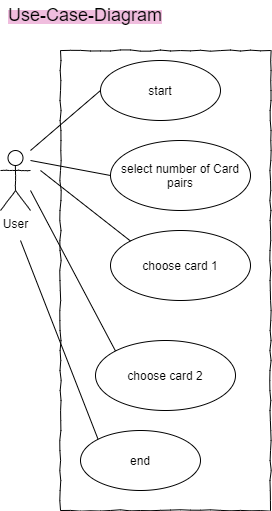
The draw.io diagram L002 Memory/konzept/use-case-diagram.png in JuliaKaeppeler/Eia2Julia, before a commit. Source tidied: cells renumbered, new cells last; positions are measured from the earlier drawing's top-left corner, leaving out a move shared by most shapes.
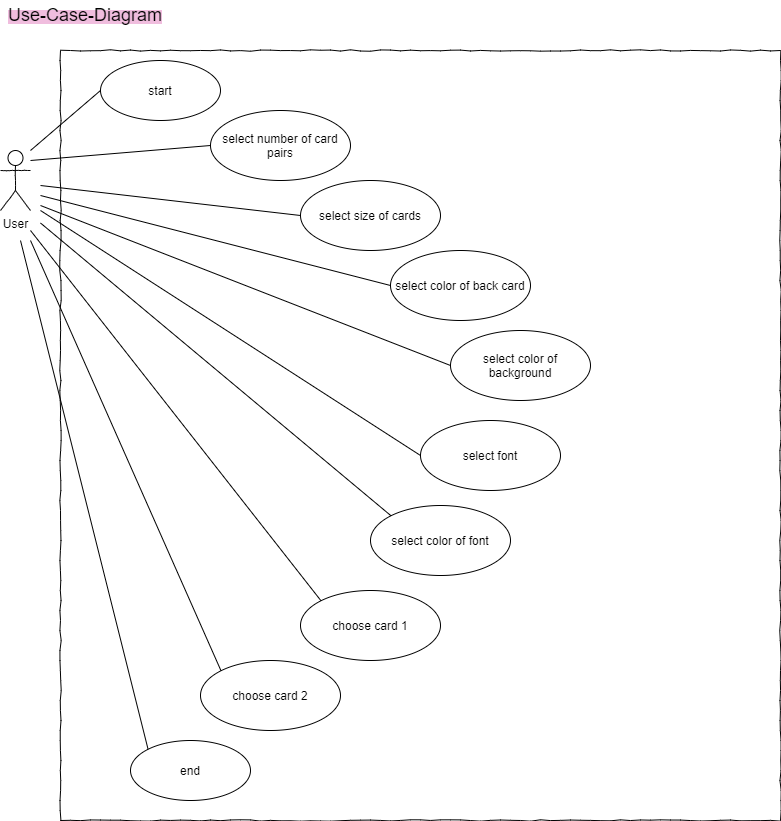
Above is the later version.

The edit, as a diff of the source:
```diff
@@ -9,16 +9,16 @@
       <mxGeometry y="150" width="30" height="60" as="geometry" />
     </mxCell>
     <mxCell id="4" value="&lt;div style=&quot;text-align: left&quot;&gt;&lt;br&gt;&lt;/div&gt;" style="rounded=0;whiteSpace=wrap;html=1;comic=1;" parent="1" vertex="1">
-      <mxGeometry x="60" y="50" width="210" height="460" as="geometry" />
+      <mxGeometry x="60" y="50" width="720" height="770" as="geometry" />
     </mxCell>
-    <mxCell id="5" value="select number of Card pairs" style="ellipse;whiteSpace=wrap;html=1;rounded=1;shadow=0;strokeWidth=1;comic=1;" parent="1" vertex="1">
-      <mxGeometry x="110" y="140" width="140" height="70" as="geometry" />
+    <mxCell id="5" value="select number of card pairs" style="ellipse;whiteSpace=wrap;html=1;rounded=1;shadow=0;strokeWidth=1;comic=1;" parent="1" vertex="1">
+      <mxGeometry x="210" y="110" width="140" height="70" as="geometry" />
     </mxCell>
     <mxCell id="6" value="choose card 2" style="ellipse;whiteSpace=wrap;html=1;rounded=1;shadow=0;strokeWidth=1;comic=1;" parent="1" vertex="1">
-      <mxGeometry x="95" y="340" width="140" height="70" as="geometry" />
+      <mxGeometry x="200" y="660" width="140" height="70" as="geometry" />
     </mxCell>
     <mxCell id="7" value="choose card 1" style="ellipse;whiteSpace=wrap;html=1;rounded=1;shadow=0;strokeWidth=1;comic=1;" parent="1" vertex="1">
-      <mxGeometry x="110" y="230" width="140" height="70" as="geometry" />
+      <mxGeometry x="300" y="590" width="140" height="70" as="geometry" />
     </mxCell>
     <mxCell id="8" style="endArrow=none;html=1;entryX=0;entryY=0.5;entryDx=0;entryDy=0;" parent="1" edge="1" target="5">
       <mxGeometry relative="1" as="geometry">
@@ -27,19 +27,19 @@
     </mxCell>
     <mxCell id="9" style="endArrow=none;html=1;entryX=0;entryY=0;entryDx=0;entryDy=0;" parent="1" edge="1" target="7">
       <mxGeometry relative="1" as="geometry">
-        <mxPoint x="40" y="170" as="sourcePoint" />
+        <mxPoint x="30" y="230" as="sourcePoint" />
       </mxGeometry>
     </mxCell>
     <mxCell id="10" style="endArrow=none;html=1;entryX=0;entryY=0;entryDx=0;entryDy=0;" parent="1" edge="1" target="6">
       <mxGeometry relative="1" as="geometry">
-        <mxPoint x="30" y="190" as="sourcePoint" />
+        <mxPoint x="30" y="240" as="sourcePoint" />
       </mxGeometry>
     </mxCell>
     <mxCell id="11" value="start" style="ellipse;whiteSpace=wrap;html=1;rounded=1;shadow=0;strokeWidth=1;comic=1;" parent="1" vertex="1">
       <mxGeometry x="100" y="60" width="120" height="60" as="geometry" />
     </mxCell>
     <mxCell id="12" value="end" style="ellipse;whiteSpace=wrap;html=1;rounded=1;shadow=0;strokeWidth=1;comic=1;" parent="1" vertex="1">
-      <mxGeometry x="80" y="430" width="120" height="60" as="geometry" />
+      <mxGeometry x="130" y="740" width="120" height="60" as="geometry" />
     </mxCell>
     <mxCell id="13" style="endArrow=none;html=1;entryX=0;entryY=0.5;entryDx=0;entryDy=0;" parent="1" edge="1" target="11">
       <mxGeometry relative="1" as="geometry">
@@ -51,5 +51,45 @@
         <mxPoint x="20" y="240" as="sourcePoint" />
       </mxGeometry>
     </mxCell>
+    <mxCell id="15" value="select size of cards" style="ellipse;whiteSpace=wrap;html=1;rounded=1;shadow=0;strokeWidth=1;comic=1;" parent="1" vertex="1">
+      <mxGeometry x="300" y="180" width="140" height="70" as="geometry" />
+    </mxCell>
+    <mxCell id="16" value="select color of back card" style="ellipse;whiteSpace=wrap;html=1;rounded=1;shadow=0;strokeWidth=1;comic=1;" parent="1" vertex="1">
+      <mxGeometry x="390" y="250" width="140" height="70" as="geometry" />
+    </mxCell>
+    <mxCell id="17" value="select color of background" style="ellipse;whiteSpace=wrap;html=1;rounded=1;shadow=0;strokeWidth=1;comic=1;" parent="1" vertex="1">
+      <mxGeometry x="450" y="330" width="140" height="70" as="geometry" />
+    </mxCell>
+    <mxCell id="18" value="select font" style="ellipse;whiteSpace=wrap;html=1;rounded=1;shadow=0;strokeWidth=1;comic=1;" parent="1" vertex="1">
+      <mxGeometry x="420" y="420" width="140" height="70" as="geometry" />
+    </mxCell>
+    <mxCell id="19" value="select color of font" style="ellipse;whiteSpace=wrap;html=1;rounded=1;shadow=0;strokeWidth=1;comic=1;" parent="1" vertex="1">
+      <mxGeometry x="370" y="505" width="140" height="70" as="geometry" />
+    </mxCell>
+    <mxCell id="20" style="endArrow=none;html=1;entryX=0;entryY=0.5;entryDx=0;entryDy=0;" parent="1" edge="1" target="16">
+      <mxGeometry relative="1" as="geometry">
+        <mxPoint x="40" y="195" as="sourcePoint" />
+      </mxGeometry>
+    </mxCell>
+    <mxCell id="21" style="endArrow=none;html=1;entryX=0;entryY=0.5;entryDx=0;entryDy=0;" parent="1" edge="1" target="17">
+      <mxGeometry relative="1" as="geometry">
+        <mxPoint x="40" y="205" as="sourcePoint" />
+      </mxGeometry>
+    </mxCell>
+    <mxCell id="22" style="endArrow=none;html=1;entryX=0;entryY=0.5;entryDx=0;entryDy=0;" parent="1" edge="1" target="18">
+      <mxGeometry relative="1" as="geometry">
+        <mxPoint x="40" y="210" as="sourcePoint" />
+      </mxGeometry>
+    </mxCell>
+    <mxCell id="23" style="endArrow=none;html=1;entryX=0;entryY=0;entryDx=0;entryDy=0;" parent="1" edge="1" target="19">
+      <mxGeometry relative="1" as="geometry">
+        <mxPoint x="40" y="222.5" as="sourcePoint" />
+      </mxGeometry>
+    </mxCell>
+    <mxCell id="24" style="endArrow=none;html=1;entryX=0;entryY=0.5;entryDx=0;entryDy=0;" parent="1" edge="1" target="15">
+      <mxGeometry relative="1" as="geometry">
+        <mxPoint x="40" y="185" as="sourcePoint" />
+      </mxGeometry>
+    </mxCell>
   </root>
 </mxGraphModel>
```
